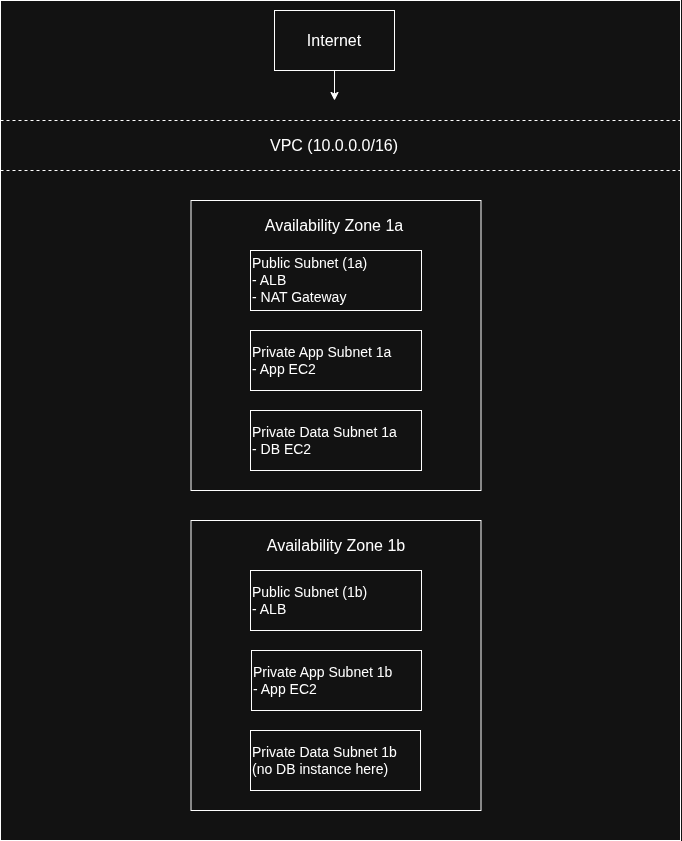
Above: architecture/network-diagram.png in Cielo-e997/ce-project-1-three-tier-architecture (draw.io), before the change. Source tidied: cells renumbered, new cells last; positions are measured from the earlier drawing's top-left corner, leaving out a move shared by most shapes.
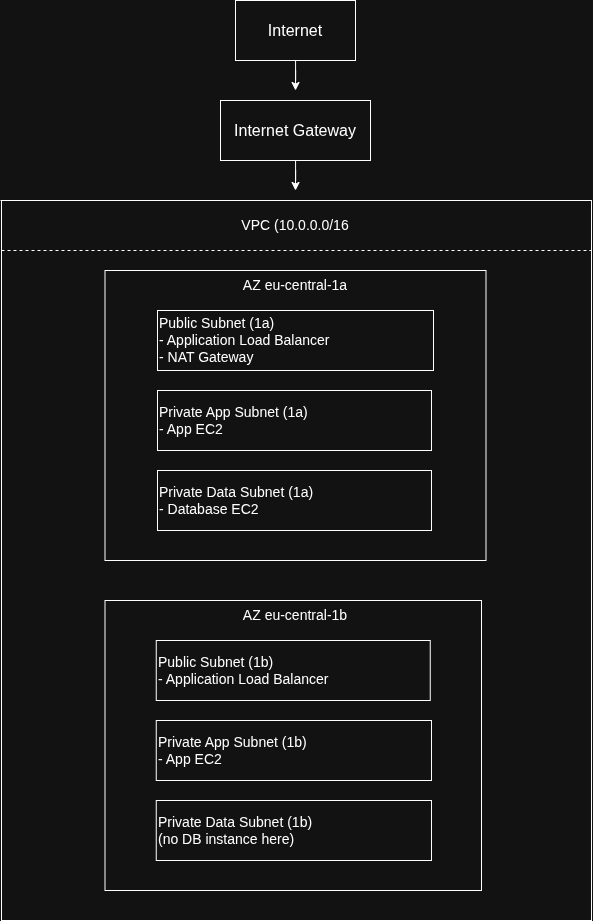
Above is the later version.

Commit message:
Add network diagram

Diff of the diagram source:
```diff
@@ -2,61 +2,69 @@
   <root>
     <mxCell id="0" />
     <mxCell id="1" parent="0" />
-    <mxCell id="2" style="edgeStyle=orthogonalEdgeStyle;rounded=0;jettySize=auto;html=1;" parent="1" edge="1" source="3">
-      <mxGeometry relative="1" as="geometry">
-        <mxPoint x="334" y="100" as="targetPoint" />
-      </mxGeometry>
-    </mxCell>
+    <mxCell id="18" style="edgeStyle=orthogonalEdgeStyle;rounded=0;jettySize=auto;html=1;" parent="1" edge="1" source="3">
+      <mxGeometry relative="1" as="geometry">
+        <mxPoint x="334" y="100" as="targetPoint" />
+      </mxGeometry>
+    </mxCell>
     <mxCell id="3" value="&lt;font style=&quot;font-size: 16px;&quot;&gt;Internet&lt;/font&gt;" style="rounded=0;whiteSpace=wrap;html=1;" parent="1" vertex="1">
       <mxGeometry x="274" y="10" width="120" height="60" as="geometry" />
     </mxCell>
-    <mxCell id="4" style="endArrow=none;dashed=1;html=1;rounded=0;startSize=6;" parent="1" edge="1">
-      <mxGeometry relative="1" as="geometry">
-        <mxPoint y="120" as="sourcePoint" />
-        <mxPoint x="680" y="120" as="targetPoint" />
-      </mxGeometry>
-    </mxCell>
-    <mxCell id="5" value="&lt;font style=&quot;font-size: 16px;&quot;&gt;VPC (10.0.0.0/16)&lt;/font&gt;" style="text;html=1;whiteSpace=wrap;strokeColor=none;fillColor=none;align=center;verticalAlign=middle;rounded=0;" parent="1" vertex="1">
-      <mxGeometry x="264" y="130" width="140" height="30" as="geometry" />
-    </mxCell>
-    <mxCell id="6" style="endArrow=none;dashed=1;html=1;rounded=0;" parent="1" edge="1">
-      <mxGeometry relative="1" as="geometry">
-        <mxPoint y="170" as="sourcePoint" />
-        <mxPoint x="680" y="170" as="targetPoint" />
-      </mxGeometry>
-    </mxCell>
-    <mxCell id="7" style="whiteSpace=wrap;html=1;" parent="1" vertex="1">
-      <mxGeometry x="190.5" y="200" width="290" height="290" as="geometry" />
-    </mxCell>
-    <mxCell id="8" value="&lt;font style=&quot;font-size: 14px;&quot;&gt;Public Subnet (1a)&lt;/font&gt;&lt;div&gt;&lt;font style=&quot;font-size: 14px;&quot;&gt;- ALB&lt;/font&gt;&lt;/div&gt;&lt;div style=&quot;&quot;&gt;&lt;font style=&quot;font-size: 14px;&quot;&gt;- NAT Gateway&lt;/font&gt;&lt;/div&gt;" style="rounded=0;whiteSpace=wrap;html=1;align=left;" parent="1" vertex="1">
-      <mxGeometry x="250" y="250" width="171" height="60" as="geometry" />
-    </mxCell>
-    <mxCell id="9" value="&lt;font style=&quot;font-size: 14px;&quot;&gt;P&lt;font style=&quot;&quot;&gt;rivate Data Subnet 1a&lt;/font&gt;&lt;/font&gt;&lt;div&gt;&lt;font style=&quot;font-size: 14px;&quot;&gt;- DB EC2&lt;/font&gt;&lt;/div&gt;" style="rounded=0;whiteSpace=wrap;html=1;align=left;" parent="1" vertex="1">
-      <mxGeometry x="250" y="410" width="171" height="60" as="geometry" />
-    </mxCell>
-    <mxCell id="10" value="&lt;font style=&quot;font-size: 14px;&quot;&gt;Private App Subnet 1a&lt;/font&gt;&lt;div&gt;&lt;font style=&quot;font-size: 14px;&quot;&gt;- App EC2&lt;/font&gt;&lt;/div&gt;" style="rounded=0;whiteSpace=wrap;html=1;align=left;" parent="1" vertex="1">
-      <mxGeometry x="250" y="330" width="171" height="60" as="geometry" />
-    </mxCell>
-    <mxCell id="11" value="&lt;font style=&quot;font-size: 16px;&quot;&gt;Availability Zone 1a&lt;/font&gt;" style="text;html=1;whiteSpace=wrap;strokeColor=none;fillColor=none;align=center;verticalAlign=middle;rounded=0;" parent="1" vertex="1">
-      <mxGeometry x="254" y="210" width="160" height="30" as="geometry" />
-    </mxCell>
-    <mxCell id="12" style="whiteSpace=wrap;html=1;" parent="1" vertex="1">
-      <mxGeometry x="190.5" y="520" width="290" height="290" as="geometry" />
-    </mxCell>
-    <mxCell id="13" value="&lt;font style=&quot;font-size: 16px;&quot;&gt;Availability Zone 1b&lt;/font&gt;" style="text;html=1;whiteSpace=wrap;strokeColor=none;fillColor=none;align=center;verticalAlign=middle;rounded=0;" parent="1" vertex="1">
-      <mxGeometry x="255.5" y="530" width="160" height="30" as="geometry" />
-    </mxCell>
-    <mxCell id="14" value="&lt;font style=&quot;font-size: 14px;&quot;&gt;Public Subnet (1b)&lt;/font&gt;&lt;div&gt;&lt;font style=&quot;font-size: 14px;&quot;&gt;- ALB&lt;/font&gt;&lt;/div&gt;" style="rounded=0;whiteSpace=wrap;html=1;align=left;" parent="1" vertex="1">
-      <mxGeometry x="250" y="570" width="171" height="60" as="geometry" />
-    </mxCell>
-    <mxCell id="15" value="&lt;font style=&quot;font-size: 14px;&quot;&gt;Private App Subnet 1b&lt;/font&gt;&lt;div&gt;&lt;font style=&quot;font-size: 14px;&quot;&gt;- App EC2&lt;/font&gt;&lt;/div&gt;" style="rounded=0;whiteSpace=wrap;html=1;align=left;" parent="1" vertex="1">
-      <mxGeometry x="251" y="650" width="170" height="60" as="geometry" />
-    </mxCell>
-    <mxCell id="16" value="&lt;font style=&quot;font-size: 14px;&quot;&gt;Private Data Subnet 1b&lt;/font&gt;&lt;div&gt;&lt;font style=&quot;font-size: 14px;&quot;&gt;(no DB instance here)&lt;/font&gt;&lt;/div&gt;" style="rounded=0;whiteSpace=wrap;html=1;align=left;" parent="1" vertex="1">
-      <mxGeometry x="250" y="730" width="170" height="60" as="geometry" />
-    </mxCell>
-    <mxCell id="17" style="rounded=0;whiteSpace=wrap;html=1;fillColor=none;" parent="1" vertex="1">
-      <mxGeometry width="680" height="840" as="geometry" />
-    </mxCell>
+    <mxCell id="19" style="edgeStyle=orthogonalEdgeStyle;rounded=0;jettySize=auto;html=1;" parent="1" edge="1" source="20">
+      <mxGeometry relative="1" as="geometry">
+        <mxPoint x="334" y="200" as="targetPoint" />
+      </mxGeometry>
+    </mxCell>
+    <mxCell id="20" value="&lt;font style=&quot;font-size: 16px;&quot;&gt;Internet Gateway&lt;/font&gt;" style="rounded=0;whiteSpace=wrap;html=1;" parent="1" vertex="1">
+      <mxGeometry x="259" y="110" width="150" height="60" as="geometry" />
+    </mxCell>
+    <mxCell id="21" style="endArrow=none;dashed=1;html=1;rounded=0;" parent="1" edge="1">
+      <mxGeometry relative="1" as="geometry">
+        <mxPoint x="39" y="210" as="sourcePoint" />
+        <mxPoint x="629" y="210" as="targetPoint" />
+      </mxGeometry>
+    </mxCell>
+    <mxCell id="22" value="&lt;font style=&quot;font-size: 14px;&quot;&gt;VPC (10.0.0.0/16&lt;/font&gt;" style="text;html=1;whiteSpace=wrap;strokeColor=none;fillColor=none;align=center;verticalAlign=middle;rounded=0;" parent="1" vertex="1">
+      <mxGeometry x="274" y="220" width="120" height="30" as="geometry" />
+    </mxCell>
+    <mxCell id="23" style="endArrow=none;dashed=1;html=1;rounded=0;" parent="1" edge="1">
+      <mxGeometry relative="1" as="geometry">
+        <mxPoint x="40" y="260" as="sourcePoint" />
+        <mxPoint x="630" y="260" as="targetPoint" />
+      </mxGeometry>
+    </mxCell>
+    <mxCell id="24" style="rounded=0;whiteSpace=wrap;html=1;" parent="1" vertex="1">
+      <mxGeometry x="143.5" y="280" width="381" height="290" as="geometry" />
+    </mxCell>
+    <mxCell id="25" value="&lt;font style=&quot;font-size: 14px;&quot;&gt;AZ eu-central-1a&lt;/font&gt;" style="text;html=1;whiteSpace=wrap;strokeColor=none;fillColor=none;align=center;verticalAlign=middle;rounded=0;" parent="1" vertex="1">
+      <mxGeometry x="274" y="280" width="120" height="30" as="geometry" />
+    </mxCell>
+    <mxCell id="26" value="&lt;font style=&quot;font-size: 14px;&quot;&gt;Public Subnet (1a)&lt;/font&gt;&lt;div&gt;&lt;font style=&quot;font-size: 14px;&quot;&gt;- Application Load Balancer&lt;/font&gt;&lt;/div&gt;&lt;div&gt;&lt;font style=&quot;font-size: 14px;&quot;&gt;- NAT Gateway&lt;/font&gt;&lt;/div&gt;" style="rounded=0;whiteSpace=wrap;html=1;align=left;" parent="1" vertex="1">
+      <mxGeometry x="196" y="320" width="276" height="60" as="geometry" />
+    </mxCell>
+    <mxCell id="27" value="&lt;font style=&quot;font-size: 14px;&quot;&gt;Private App Subnet (1a)&lt;/font&gt;&lt;div&gt;&lt;font style=&quot;font-size: 14px;&quot;&gt;- App EC2&lt;/font&gt;&lt;/div&gt;" style="rounded=0;whiteSpace=wrap;html=1;align=left;" parent="1" vertex="1">
+      <mxGeometry x="196" y="400" width="274" height="60" as="geometry" />
+    </mxCell>
+    <mxCell id="28" value="&lt;font style=&quot;font-size: 14px;&quot;&gt;Private Data Subnet (1a)&lt;/font&gt;&lt;div&gt;&lt;font style=&quot;font-size: 14px;&quot;&gt;- Database EC2&lt;/font&gt;&lt;/div&gt;" style="rounded=0;whiteSpace=wrap;html=1;align=left;" parent="1" vertex="1">
+      <mxGeometry x="196" y="480" width="274" height="60" as="geometry" />
+    </mxCell>
+    <mxCell id="29" style="rounded=0;whiteSpace=wrap;html=1;" parent="1" vertex="1">
+      <mxGeometry x="143.5" y="610" width="376.5" height="290" as="geometry" />
+    </mxCell>
+    <mxCell id="30" value="&lt;font style=&quot;font-size: 14px;&quot;&gt;AZ eu-central-1b&lt;/font&gt;" style="text;html=1;whiteSpace=wrap;strokeColor=none;fillColor=none;align=center;verticalAlign=middle;rounded=0;" parent="1" vertex="1">
+      <mxGeometry x="264" y="610" width="140" height="30" as="geometry" />
+    </mxCell>
+    <mxCell id="31" value="&lt;font style=&quot;font-size: 14px;&quot;&gt;Public Subnet (1b)&lt;/font&gt;&lt;div&gt;&lt;font style=&quot;font-size: 14px;&quot;&gt;- Application Load Balancer&lt;/font&gt;&lt;/div&gt;" style="rounded=0;whiteSpace=wrap;html=1;align=left;" parent="1" vertex="1">
+      <mxGeometry x="194.8" y="650" width="274" height="60" as="geometry" />
+    </mxCell>
+    <mxCell id="32" value="&lt;font style=&quot;font-size: 14px;&quot;&gt;Private App Subnet (1b)&lt;/font&gt;&lt;div&gt;&lt;font style=&quot;font-size: 14px;&quot;&gt;- App EC2&lt;/font&gt;&lt;/div&gt;" style="rounded=0;whiteSpace=wrap;html=1;align=left;" parent="1" vertex="1">
+      <mxGeometry x="194.8" y="730" width="275.2" height="60" as="geometry" />
+    </mxCell>
+    <mxCell id="33" value="&lt;font style=&quot;font-size: 14px;&quot;&gt;Private Data Subnet (1b)&lt;/font&gt;&lt;div&gt;&lt;font style=&quot;font-size: 14px;&quot;&gt;(no DB instance here)&lt;/font&gt;&lt;/div&gt;" style="rounded=0;whiteSpace=wrap;html=1;align=left;" parent="1" vertex="1">
+      <mxGeometry x="194.8" y="810" width="275.2" height="60" as="geometry" />
+    </mxCell>
+    <mxCell id="34" style="rounded=0;whiteSpace=wrap;html=1;fillColor=none;" parent="1" vertex="1">
+      <mxGeometry x="40" y="210" width="590" height="720" as="geometry" />
+    </mxCell>
   </root>
 </mxGraphModel>
```
